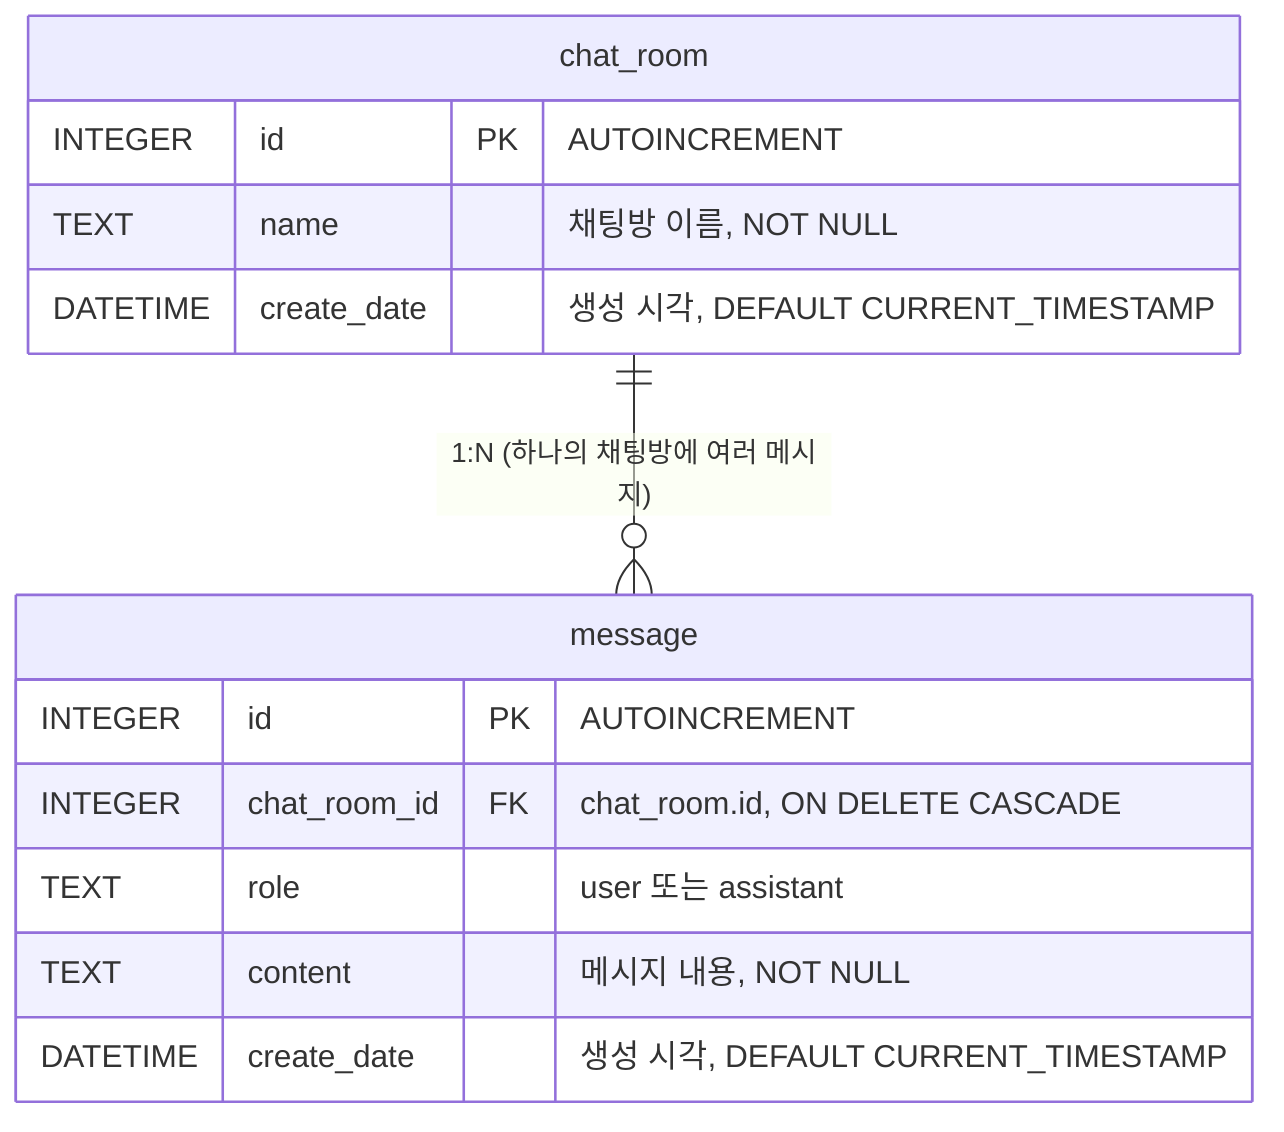
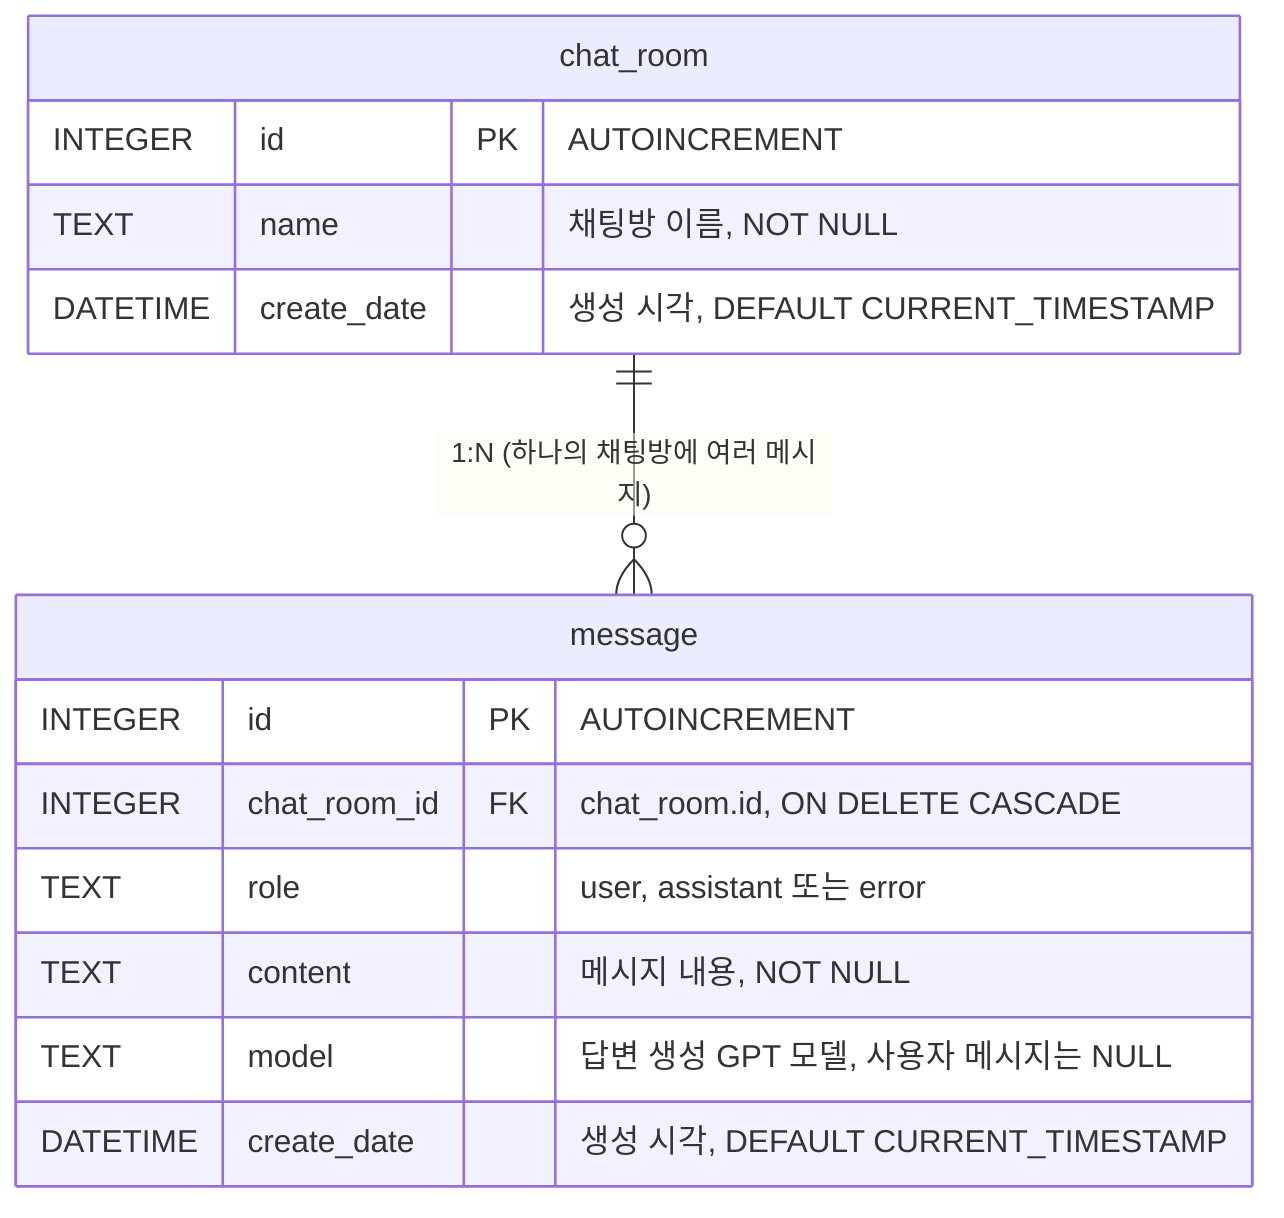
erDiagram
    chat_room ||--o{ message : "1:N (하나의 채팅방에 여러 메시지)"

    chat_room {
        INTEGER id PK "AUTOINCREMENT"
        TEXT name "채팅방 이름, NOT NULL"
        DATETIME create_date "생성 시각, DEFAULT CURRENT_TIMESTAMP"
    }

    message {
        INTEGER id PK "AUTOINCREMENT"
        INTEGER chat_room_id FK "chat_room.id, ON DELETE CASCADE"
-         TEXT role "user 또는 assistant"
+         TEXT role "user, assistant 또는 error"
        TEXT content "메시지 내용, NOT NULL"
+         TEXT model "답변 생성 GPT 모델, 사용자 메시지는 NULL"
        DATETIME create_date "생성 시각, DEFAULT CURRENT_TIMESTAMP"
    }
